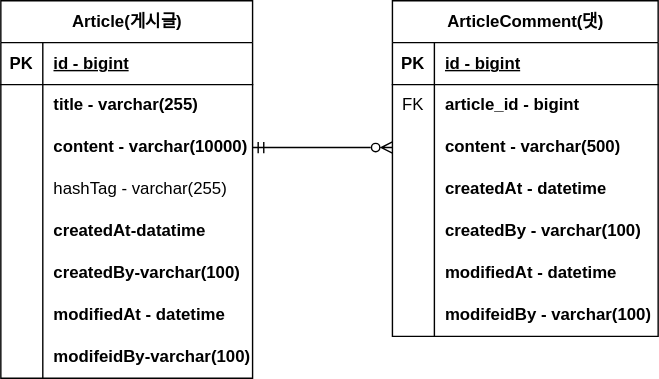
Before: document/project-board-erd.svg, a diagram exported from draw.io (mingang211/fastcampus-project-board). Source tidied: cells renumbered, new cells last; positions are measured from the earlier drawing's top-left corner, leaving out a move shared by most shapes.
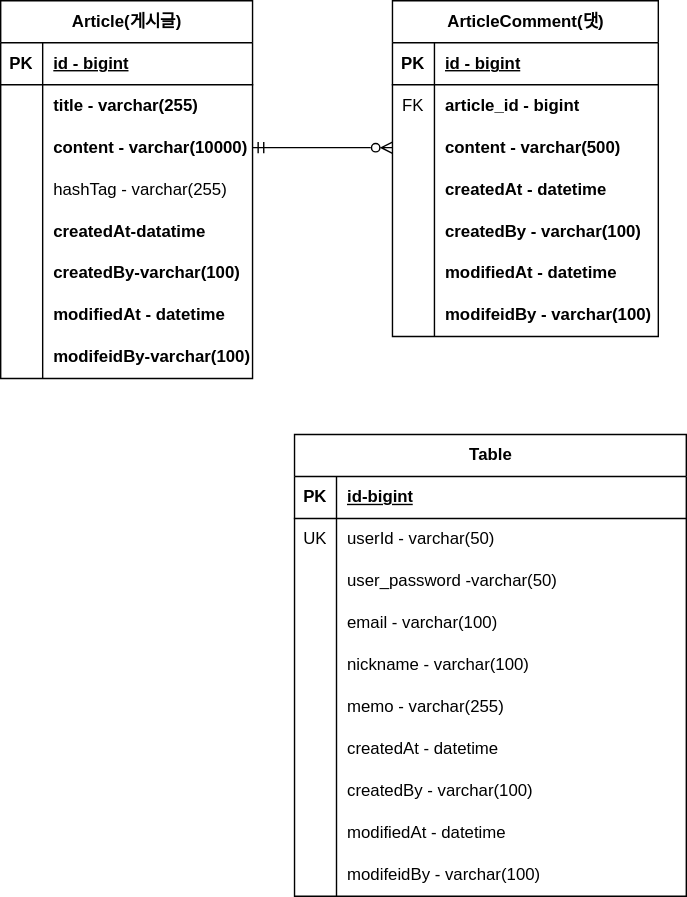
After the commit.

Change to the diagram source:
```diff
@@ -146,5 +146,98 @@
     <mxCell id="49" style="edgeStyle=orthogonalEdgeStyle;rounded=0;jettySize=auto;html=1;entryX=0;entryY=0.5;entryDx=0;entryDy=0;endArrow=ERzeroToMany;endFill=0;startArrow=ERmandOne;startFill=0;" parent="1" edge="1" source="9" target="34">
       <mxGeometry relative="1" as="geometry" />
     </mxCell>
+    <mxCell id="50" value="Table" style="shape=table;startSize=30;rowLines=0;fontStyle=1;align=center;html=1;" parent="1" vertex="1">
+      <mxGeometry x="210" y="310" width="280" height="330" as="geometry" />
+    </mxCell>
+    <mxCell id="51" style="shape=tableRow;horizontal=0;startSize=0;swimlaneHead=0;swimlaneBody=0;fillColor=none;top=0;left=0;right=0;bottom=1;" parent="50" vertex="1">
+      <mxGeometry y="30" width="280" height="30" as="geometry" />
+    </mxCell>
+    <mxCell id="52" value="PK" style="shape=partialRectangle;fillColor=none;top=0;left=0;bottom=0;right=0;fontStyle=1;overflow=hidden;whiteSpace=wrap;html=1;" parent="51" vertex="1">
+      <mxGeometry width="30" height="30" as="geometry" />
+    </mxCell>
+    <mxCell id="53" value="id-bigint" style="shape=partialRectangle;fillColor=none;top=0;left=0;bottom=0;right=0;align=left;spacingLeft=6;fontStyle=5;overflow=hidden;whiteSpace=wrap;html=1;" parent="51" vertex="1">
+      <mxGeometry x="30" width="250" height="30" as="geometry" />
+    </mxCell>
+    <mxCell id="54" style="shape=tableRow;horizontal=0;startSize=0;swimlaneHead=0;swimlaneBody=0;fillColor=none;top=0;left=0;right=0;bottom=0;" parent="50" vertex="1">
+      <mxGeometry y="60" width="280" height="30" as="geometry" />
+    </mxCell>
+    <mxCell id="55" value="UK" style="shape=partialRectangle;fillColor=none;top=0;left=0;bottom=0;right=0;overflow=hidden;whiteSpace=wrap;html=1;" parent="54" vertex="1">
+      <mxGeometry width="30" height="30" as="geometry" />
+    </mxCell>
+    <mxCell id="56" value="userId - varchar(50)" style="shape=partialRectangle;fillColor=none;top=0;left=0;bottom=0;right=0;align=left;spacingLeft=6;overflow=hidden;whiteSpace=wrap;html=1;" parent="54" vertex="1">
+      <mxGeometry x="30" width="250" height="30" as="geometry" />
+    </mxCell>
+    <mxCell id="57" style="shape=tableRow;horizontal=0;startSize=0;swimlaneHead=0;swimlaneBody=0;fillColor=none;top=0;left=0;right=0;bottom=0;" parent="50" vertex="1">
+      <mxGeometry y="90" width="280" height="30" as="geometry" />
+    </mxCell>
+    <mxCell id="58" style="shape=partialRectangle;fillColor=none;top=0;left=0;bottom=0;right=0;overflow=hidden;whiteSpace=wrap;html=1;" parent="57" vertex="1">
+      <mxGeometry width="30" height="30" as="geometry" />
+    </mxCell>
+    <mxCell id="59" value="user_password -varchar(50)" style="shape=partialRectangle;fillColor=none;top=0;left=0;bottom=0;right=0;align=left;spacingLeft=6;overflow=hidden;whiteSpace=wrap;html=1;" parent="57" vertex="1">
+      <mxGeometry x="30" width="250" height="30" as="geometry" />
+    </mxCell>
+    <mxCell id="60" style="shape=tableRow;horizontal=0;startSize=0;swimlaneHead=0;swimlaneBody=0;fillColor=none;top=0;left=0;right=0;bottom=0;" parent="50" vertex="1">
+      <mxGeometry y="120" width="280" height="30" as="geometry" />
+    </mxCell>
+    <mxCell id="61" style="shape=partialRectangle;fillColor=none;top=0;left=0;bottom=0;right=0;overflow=hidden;whiteSpace=wrap;html=1;" parent="60" vertex="1">
+      <mxGeometry width="30" height="30" as="geometry" />
+    </mxCell>
+    <mxCell id="62" value="email - varchar(100)" style="shape=partialRectangle;fillColor=none;top=0;left=0;bottom=0;right=0;align=left;spacingLeft=6;overflow=hidden;whiteSpace=wrap;html=1;" parent="60" vertex="1">
+      <mxGeometry x="30" width="250" height="30" as="geometry" />
+    </mxCell>
+    <mxCell id="63" style="shape=tableRow;horizontal=0;startSize=0;swimlaneHead=0;swimlaneBody=0;fillColor=none;top=0;left=0;right=0;bottom=0;" parent="50" vertex="1">
+      <mxGeometry y="150" width="280" height="30" as="geometry" />
+    </mxCell>
+    <mxCell id="64" style="shape=partialRectangle;fillColor=none;top=0;left=0;bottom=0;right=0;overflow=hidden;whiteSpace=wrap;html=1;" parent="63" vertex="1">
+      <mxGeometry width="30" height="30" as="geometry" />
+    </mxCell>
+    <mxCell id="65" value="nickname - varchar(100)" style="shape=partialRectangle;fillColor=none;top=0;left=0;bottom=0;right=0;align=left;spacingLeft=6;overflow=hidden;whiteSpace=wrap;html=1;" parent="63" vertex="1">
+      <mxGeometry x="30" width="250" height="30" as="geometry" />
+    </mxCell>
+    <mxCell id="66" style="shape=tableRow;horizontal=0;startSize=0;swimlaneHead=0;swimlaneBody=0;fillColor=none;top=0;left=0;right=0;bottom=0;" parent="50" vertex="1">
+      <mxGeometry y="180" width="280" height="30" as="geometry" />
+    </mxCell>
+    <mxCell id="67" style="shape=partialRectangle;fillColor=none;top=0;left=0;bottom=0;right=0;overflow=hidden;whiteSpace=wrap;html=1;" parent="66" vertex="1">
+      <mxGeometry width="30" height="30" as="geometry" />
+    </mxCell>
+    <mxCell id="68" value="memo - varchar(255)" style="shape=partialRectangle;fillColor=none;top=0;left=0;bottom=0;right=0;align=left;spacingLeft=6;overflow=hidden;whiteSpace=wrap;html=1;" parent="66" vertex="1">
+      <mxGeometry x="30" width="250" height="30" as="geometry" />
+    </mxCell>
+    <mxCell id="69" style="shape=tableRow;horizontal=0;startSize=0;swimlaneHead=0;swimlaneBody=0;fillColor=none;top=0;left=0;right=0;bottom=0;" parent="50" vertex="1">
+      <mxGeometry y="210" width="280" height="30" as="geometry" />
+    </mxCell>
+    <mxCell id="70" style="shape=partialRectangle;fillColor=none;top=0;left=0;bottom=0;right=0;overflow=hidden;whiteSpace=wrap;html=1;" parent="69" vertex="1">
+      <mxGeometry width="30" height="30" as="geometry" />
+    </mxCell>
+    <mxCell id="71" value="createdAt - datetime" style="shape=partialRectangle;fillColor=none;top=0;left=0;bottom=0;right=0;align=left;spacingLeft=6;overflow=hidden;whiteSpace=wrap;html=1;" parent="69" vertex="1">
+      <mxGeometry x="30" width="250" height="30" as="geometry" />
+    </mxCell>
+    <mxCell id="72" style="shape=tableRow;horizontal=0;startSize=0;swimlaneHead=0;swimlaneBody=0;fillColor=none;top=0;left=0;right=0;bottom=0;" parent="50" vertex="1">
+      <mxGeometry y="240" width="280" height="30" as="geometry" />
+    </mxCell>
+    <mxCell id="73" style="shape=partialRectangle;fillColor=none;top=0;left=0;bottom=0;right=0;overflow=hidden;whiteSpace=wrap;html=1;" parent="72" vertex="1">
+      <mxGeometry width="30" height="30" as="geometry" />
+    </mxCell>
+    <mxCell id="74" value="createdBy - varchar(100)" style="shape=partialRectangle;fillColor=none;top=0;left=0;bottom=0;right=0;align=left;spacingLeft=6;overflow=hidden;whiteSpace=wrap;html=1;" parent="72" vertex="1">
+      <mxGeometry x="30" width="250" height="30" as="geometry" />
+    </mxCell>
+    <mxCell id="75" style="shape=tableRow;horizontal=0;startSize=0;swimlaneHead=0;swimlaneBody=0;fillColor=none;top=0;left=0;right=0;bottom=0;" parent="50" vertex="1">
+      <mxGeometry y="270" width="280" height="30" as="geometry" />
+    </mxCell>
+    <mxCell id="76" style="shape=partialRectangle;fillColor=none;top=0;left=0;bottom=0;right=0;overflow=hidden;whiteSpace=wrap;html=1;" parent="75" vertex="1">
+      <mxGeometry width="30" height="30" as="geometry" />
+    </mxCell>
+    <mxCell id="77" value="modifiedAt - datetime" style="shape=partialRectangle;fillColor=none;top=0;left=0;bottom=0;right=0;align=left;spacingLeft=6;overflow=hidden;whiteSpace=wrap;html=1;" parent="75" vertex="1">
+      <mxGeometry x="30" width="250" height="30" as="geometry" />
+    </mxCell>
+    <mxCell id="78" style="shape=tableRow;horizontal=0;startSize=0;swimlaneHead=0;swimlaneBody=0;fillColor=none;top=0;left=0;right=0;bottom=0;" parent="50" vertex="1">
+      <mxGeometry y="300" width="280" height="30" as="geometry" />
+    </mxCell>
+    <mxCell id="79" style="shape=partialRectangle;fillColor=none;top=0;left=0;bottom=0;right=0;overflow=hidden;whiteSpace=wrap;html=1;" parent="78" vertex="1">
+      <mxGeometry width="30" height="30" as="geometry" />
+    </mxCell>
+    <mxCell id="80" value="modifeidBy - varchar(100)" style="shape=partialRectangle;fillColor=none;top=0;left=0;bottom=0;right=0;align=left;spacingLeft=6;overflow=hidden;whiteSpace=wrap;html=1;" parent="78" vertex="1">
+      <mxGeometry x="30" width="250" height="30" as="geometry" />
+    </mxCell>
   </root>
 </mxGraphModel>
```
